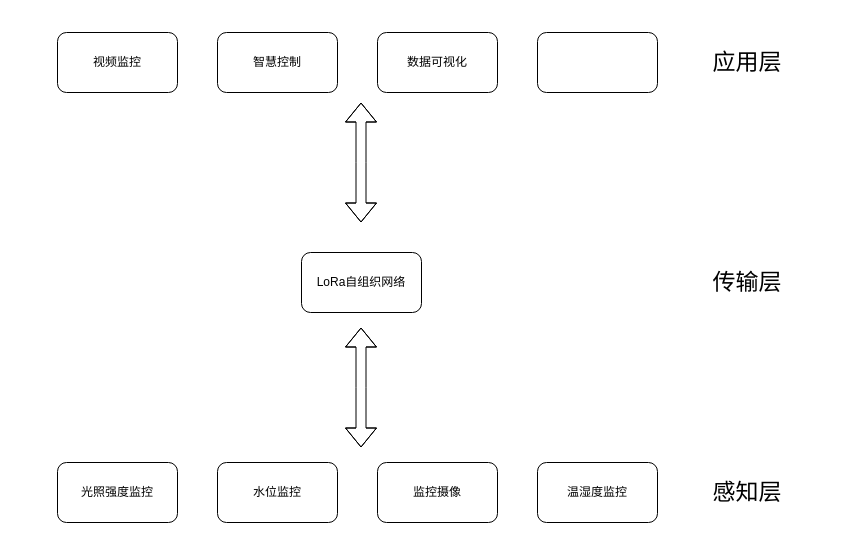
xingxing7290/Hello-World keeps this draw.io diagram as 111.drawio. Above is the earlier version. Source tidied: cells renumbered, new cells numbered last; positions are measured from the earlier drawing's top-left corner, leaving out a move shared by most shapes. Both pictures are drawn from the tidied source at 100%, with x=0, y=0 at pixel (57, 32).
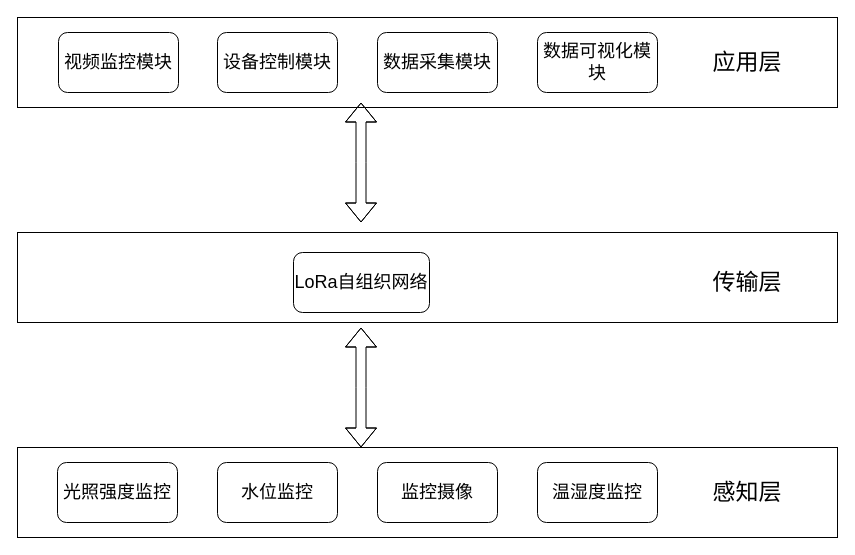
The same page after the edit.

What changed in the source:
```diff
@@
+    <mxCell id="16" style="rounded=0;whiteSpace=wrap;html=1;fontSize=18;" parent="1" vertex="1">
+      <mxGeometry x="-40" y="415" width="820" height="90" as="geometry" />
+    </mxCell>
+    <mxCell id="17" style="rounded=0;whiteSpace=wrap;html=1;fontSize=18;" parent="1" vertex="1">
+      <mxGeometry x="-40" y="200" width="820" height="90" as="geometry" />
+    </mxCell>
+    <mxCell id="18" style="rounded=0;whiteSpace=wrap;html=1;fontSize=18;" parent="1" vertex="1">
+      <mxGeometry x="-40" y="-15" width="820" height="90" as="geometry" />
+    </mxCell>
-    <mxCell id="2" value="视频监控" style="rounded=1;whiteSpace=wrap;html=1;" parent="1" vertex="1">
-      <mxGeometry width="120" height="60" as="geometry" />
+    <mxCell id="2" value="&lt;font style=&quot;font-size: 18px&quot;&gt;视频监控模块&lt;/font&gt;" style="rounded=1;whiteSpace=wrap;html=1;" parent="1" vertex="1">
+      <mxGeometry x="1" width="120" height="60" as="geometry" />
     </mxCell>
-    <mxCell id="3" value="智慧控制" style="rounded=1;whiteSpace=wrap;html=1;" parent="1" vertex="1">
+    <mxCell id="3" value="设备控制模块" style="rounded=1;whiteSpace=wrap;html=1;fontSize=18;" parent="1" vertex="1">
       <mxGeometry x="160" width="120" height="60" as="geometry" />
     </mxCell>
-    <mxCell id="4" value="数据可视化" style="rounded=1;whiteSpace=wrap;html=1;" parent="1" vertex="1">
+    <mxCell id="4" value="数据采集模块" style="rounded=1;whiteSpace=wrap;html=1;fontSize=18;" parent="1" vertex="1">
       <mxGeometry x="320" width="120" height="60" as="geometry" />
     </mxCell>
-    <mxCell id="5" style="rounded=1;whiteSpace=wrap;html=1;" parent="1" vertex="1">
+    <mxCell id="5" value="数据可视化模块" style="rounded=1;whiteSpace=wrap;html=1;fontSize=18;" parent="1" vertex="1">
       <mxGeometry x="480" width="120" height="60" as="geometry" />
     </mxCell>
@@
-    <mxCell id="7" value="LoRa自组织网络" style="rounded=1;whiteSpace=wrap;html=1;" parent="1" vertex="1">
-      <mxGeometry x="244" y="220" width="120" height="60" as="geometry" />
+    <mxCell id="7" value="&lt;font style=&quot;font-size: 18px&quot;&gt;LoRa自组织网络&lt;/font&gt;" style="rounded=1;whiteSpace=wrap;html=1;" parent="1" vertex="1">
+      <mxGeometry x="236" y="220" width="136" height="60" as="geometry" />
     </mxCell>
-    <mxCell id="8" value="光照强度监控" style="rounded=1;whiteSpace=wrap;html=1;" parent="1" vertex="1">
+    <mxCell id="8" value="光照强度监控" style="rounded=1;whiteSpace=wrap;html=1;fontSize=18;" parent="1" vertex="1">
       <mxGeometry y="430" width="120" height="60" as="geometry" />
     </mxCell>
@@
-    <mxCell id="10" value="水位监控" style="rounded=1;whiteSpace=wrap;html=1;" parent="1" vertex="1">
+    <mxCell id="10" value="水位监控" style="rounded=1;whiteSpace=wrap;html=1;fontSize=18;" parent="1" vertex="1">
       <mxGeometry x="160" y="430" width="120" height="60" as="geometry" />
     </mxCell>
-    <mxCell id="11" value="监控摄像" style="rounded=1;whiteSpace=wrap;html=1;" parent="1" vertex="1">
+    <mxCell id="11" value="监控摄像" style="rounded=1;whiteSpace=wrap;html=1;fontSize=18;" parent="1" vertex="1">
       <mxGeometry x="320" y="430" width="120" height="60" as="geometry" />
     </mxCell>
-    <mxCell id="12" value="温湿度监控" style="rounded=1;whiteSpace=wrap;html=1;" parent="1" vertex="1">
+    <mxCell id="12" value="温湿度监控" style="rounded=1;whiteSpace=wrap;html=1;fontSize=18;" parent="1" vertex="1">
       <mxGeometry x="480" y="430" width="120" height="60" as="geometry" />
     </mxCell>
```
